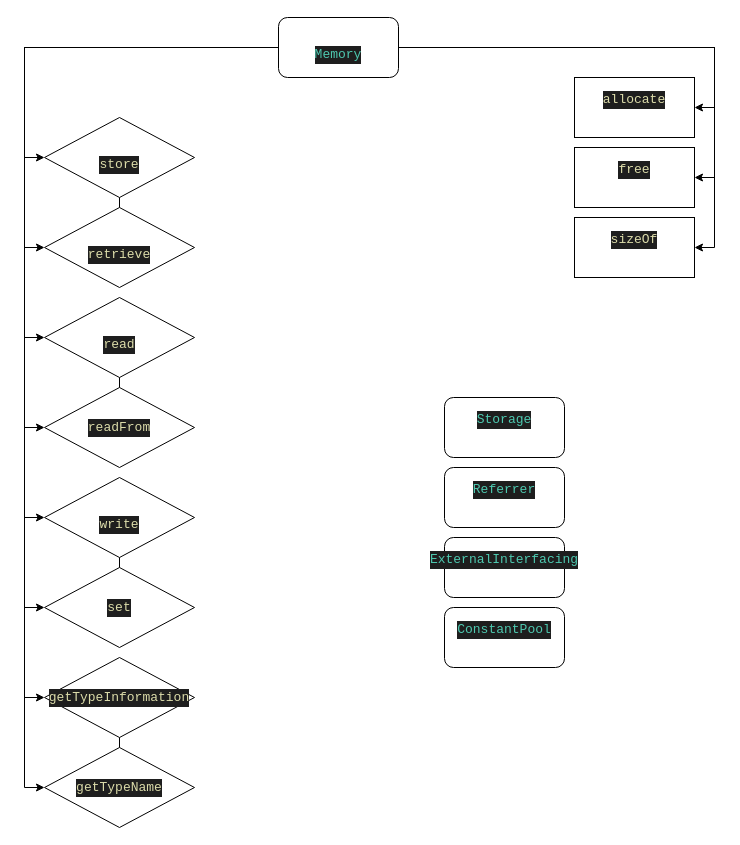
Above: Memory.drawio in ShaharMS/draw.io-projects (draw.io), before the change. Source tidied: cells renumbered, new cells numbered last; positions are measured from the earlier drawing's top-left corner, leaving out a move shared by most shapes. Both pictures are drawn from the tidied source at 100%, with x=0, y=0 at pixel (44, 17).
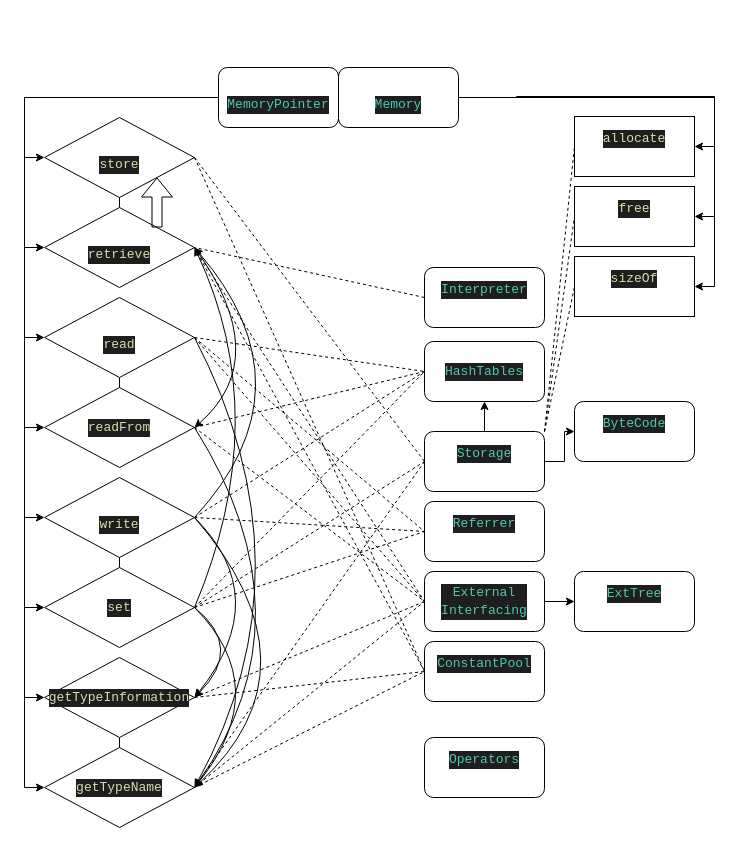
After the change.

Unchanged cells that the change refers to:
```xml
<mxCell id="14" value="&lt;br&gt;&lt;div style=&quot;color: #d4d4d4;background-color: #1e1e1e;font-family: 'Fira Code', Consolas, 'Courier New', monospace;font-weight: normal;font-size: 13px;line-height: 18px;white-space: pre;&quot;&gt;&lt;div&gt;&lt;span style=&quot;color: #dcdcaa;&quot;&gt;store&lt;/span&gt;&lt;/div&gt;&lt;/div&gt;" style="rhombus;whiteSpace=wrap;html=1;" parent="1" vertex="1">
  <mxGeometry y="100" width="150" height="80" as="geometry" />
</mxCell>
<mxCell id="15" value="&lt;br&gt;&lt;div style=&quot;color: #d4d4d4;background-color: #1e1e1e;font-family: 'Fira Code', Consolas, 'Courier New', monospace;font-weight: normal;font-size: 13px;line-height: 18px;white-space: pre;&quot;&gt;&lt;div&gt;&lt;span style=&quot;color: #dcdcaa;&quot;&gt;retrieve&lt;/span&gt;&lt;/div&gt;&lt;/div&gt;" style="rhombus;whiteSpace=wrap;html=1;" parent="1" vertex="1">
  <mxGeometry y="190" width="150" height="80" as="geometry" />
</mxCell>
<mxCell id="16" value="&lt;br&gt;&lt;div style=&quot;color: #d4d4d4;background-color: #1e1e1e;font-family: 'Fira Code', Consolas, 'Courier New', monospace;font-weight: normal;font-size: 13px;line-height: 18px;white-space: pre;&quot;&gt;&lt;div&gt;&lt;div style=&quot;color: #d4d4d4;background-color: #1e1e1e;font-family: 'Fira Code', Consolas, 'Courier New', monospace;font-weight: normal;font-size: 13px;line-height: 18px;white-space: pre;&quot;&gt;&lt;div&gt;&lt;span style=&quot;color: #dcdcaa;&quot;&gt;read&lt;/span&gt;&lt;/div&gt;&lt;/div&gt;&lt;/div&gt;&lt;/div&gt;" style="rhombus;whiteSpace=wrap;html=1;" parent="1" vertex="1">
  <mxGeometry y="280" width="150" height="80" as="geometry" />
</mxCell>
<mxCell id="17" value="&lt;br&gt;&lt;div style=&quot;color: #d4d4d4;background-color: #1e1e1e;font-family: 'Fira Code', Consolas, 'Courier New', monospace;font-weight: normal;font-size: 13px;line-height: 18px;white-space: pre;&quot;&gt;&lt;div&gt;&lt;div style=&quot;color: #d4d4d4;background-color: #1e1e1e;font-family: 'Fira Code', Consolas, 'Courier New', monospace;font-weight: normal;font-size: 13px;line-height: 18px;white-space: pre;&quot;&gt;&lt;div&gt;&lt;span style=&quot;color: #dcdcaa;&quot;&gt;write&lt;/span&gt;&lt;/div&gt;&lt;/div&gt;&lt;/div&gt;&lt;/div&gt;" style="rhombus;whiteSpace=wrap;html=1;" parent="1" vertex="1">
  <mxGeometry y="460" width="150" height="80" as="geometry" />
</mxCell>
<mxCell id="18" value="&lt;div style=&quot;color: #d4d4d4;background-color: #1e1e1e;font-family: 'Fira Code', Consolas, 'Courier New', monospace;font-weight: normal;font-size: 13px;line-height: 18px;white-space: pre;&quot;&gt;&lt;div&gt;&lt;span style=&quot;color: #dcdcaa;&quot;&gt;readFrom&lt;/span&gt;&lt;/div&gt;&lt;/div&gt;" style="rhombus;whiteSpace=wrap;html=1;" parent="1" vertex="1">
  <mxGeometry y="370" width="150" height="80" as="geometry" />
</mxCell>
<mxCell id="19" value="&lt;div style=&quot;color: #d4d4d4;background-color: #1e1e1e;font-family: 'Fira Code', Consolas, 'Courier New', monospace;font-weight: normal;font-size: 13px;line-height: 18px;white-space: pre;&quot;&gt;&lt;div&gt;&lt;span style=&quot;color: #dcdcaa;&quot;&gt;set&lt;/span&gt;&lt;/div&gt;&lt;/div&gt;" style="rhombus;whiteSpace=wrap;html=1;" parent="1" vertex="1">
  <mxGeometry y="550" width="150" height="80" as="geometry" />
</mxCell>
<mxCell id="26" value="&lt;div style=&quot;color: #d4d4d4;background-color: #1e1e1e;font-family: 'Fira Code', Consolas, 'Courier New', monospace;font-weight: normal;font-size: 13px;line-height: 18px;white-space: pre;&quot;&gt;&lt;div&gt;&lt;span style=&quot;color: #dcdcaa;&quot;&gt;getTypeInformation&lt;/span&gt;&lt;/div&gt;&lt;/div&gt;" style="rhombus;whiteSpace=wrap;html=1;" parent="1" vertex="1">
  <mxGeometry y="640" width="150" height="80" as="geometry" />
</mxCell>
<mxCell id="27" value="&lt;div style=&quot;color: #d4d4d4;background-color: #1e1e1e;font-family: 'Fira Code', Consolas, 'Courier New', monospace;font-weight: normal;font-size: 13px;line-height: 18px;white-space: pre;&quot;&gt;&lt;div&gt;&lt;span style=&quot;color: #dcdcaa;&quot;&gt;getTypeName&lt;/span&gt;&lt;/div&gt;&lt;/div&gt;" style="rhombus;whiteSpace=wrap;html=1;" parent="1" vertex="1">
  <mxGeometry y="730" width="150" height="80" as="geometry" />
</mxCell>
```

Diff of the diagram source:
```diff
@@
     <mxCell id="13" value="&lt;br&gt;&lt;div style=&quot;color: #d4d4d4;background-color: #1e1e1e;font-family: 'Fira Code', Consolas, 'Courier New', monospace;font-weight: normal;font-size: 13px;line-height: 18px;white-space: pre;&quot;&gt;&lt;div&gt;&lt;span style=&quot;color: #4ec9b0;&quot;&gt;Memory&lt;/span&gt;&lt;/div&gt;&lt;/div&gt;" style="rounded=1;whiteSpace=wrap;html=1;" parent="1" vertex="1">
-      <mxGeometry x="234" width="120" height="60" as="geometry" />
+      <mxGeometry x="294" y="50" width="120" height="60" as="geometry" />
     </mxCell>
@@
     <mxCell id="23" value="&#10;&lt;div style=&quot;color: #d4d4d4;background-color: #1e1e1e;font-family: 'Fira Code', Consolas, 'Courier New', monospace;font-weight: normal;font-size: 13px;line-height: 18px;white-space: pre;&quot;&gt;&lt;div&gt;&lt;span style=&quot;color: #dcdcaa;&quot;&gt;allocate&lt;/span&gt;&lt;/div&gt;&lt;/div&gt;&#10;&#10;" style="rounded=0;whiteSpace=wrap;html=1;" parent="1" vertex="1">
-      <mxGeometry x="530" y="60" width="120" height="60" as="geometry" />
+      <mxGeometry x="530" y="99" width="120" height="60" as="geometry" />
     </mxCell>
     <mxCell id="24" value="&#10;&lt;div style=&quot;color: #d4d4d4;background-color: #1e1e1e;font-family: 'Fira Code', Consolas, 'Courier New', monospace;font-weight: normal;font-size: 13px;line-height: 18px;white-space: pre;&quot;&gt;&lt;div&gt;&lt;span style=&quot;color: #dcdcaa;&quot;&gt;free&lt;/span&gt;&lt;/div&gt;&lt;/div&gt;&#10;&#10;" style="rounded=0;whiteSpace=wrap;html=1;" parent="1" vertex="1">
-      <mxGeometry x="530" y="130" width="120" height="60" as="geometry" />
+      <mxGeometry x="530" y="169" width="120" height="60" as="geometry" />
     </mxCell>
     <mxCell id="25" value="&#10;&lt;div style=&quot;color: #d4d4d4;background-color: #1e1e1e;font-family: 'Fira Code', Consolas, 'Courier New', monospace;font-weight: normal;font-size: 13px;line-height: 18px;white-space: pre;&quot;&gt;&lt;div&gt;&lt;span style=&quot;color: #dcdcaa;&quot;&gt;sizeOf&lt;/span&gt;&lt;/div&gt;&lt;/div&gt;&#10;&#10;" style="rounded=0;whiteSpace=wrap;html=1;" parent="1" vertex="1">
-      <mxGeometry x="530" y="200" width="120" height="60" as="geometry" />
+      <mxGeometry x="530" y="239" width="120" height="60" as="geometry" />
     </mxCell>
@@
+    <mxCell id="33" style="edgeStyle=orthogonalEdgeStyle;rounded=0;jettySize=auto;html=1;entryX=0;entryY=0.5;entryDx=0;entryDy=0;" parent="1" edge="1" source="29" target="39">
+      <mxGeometry relative="1" as="geometry" />
+    </mxCell>
+    <mxCell id="34" style="edgeStyle=orthogonalEdgeStyle;rounded=0;jettySize=auto;html=1;" parent="1" edge="1" source="29" target="40">
+      <mxGeometry relative="1" as="geometry" />
+    </mxCell>
     <mxCell id="29" value="&#10;&lt;div style=&quot;color: #d4d4d4;background-color: #1e1e1e;font-family: 'Fira Code', Consolas, 'Courier New', monospace;font-weight: normal;font-size: 13px;line-height: 18px;white-space: pre;&quot;&gt;&lt;div&gt;&lt;span style=&quot;color: #4ec9b0;&quot;&gt;Storage&lt;/span&gt;&lt;/div&gt;&lt;/div&gt;&#10;&#10;" style="rounded=1;whiteSpace=wrap;html=1;" parent="1" vertex="1">
-      <mxGeometry x="400" y="380" width="120" height="60" as="geometry" />
+      <mxGeometry x="380" y="414" width="120" height="60" as="geometry" />
     </mxCell>
     <mxCell id="30" value="&#10;&lt;div style=&quot;color: #d4d4d4;background-color: #1e1e1e;font-family: 'Fira Code', Consolas, 'Courier New', monospace;font-weight: normal;font-size: 13px;line-height: 18px;white-space: pre;&quot;&gt;&lt;div&gt;&lt;span style=&quot;color: #4ec9b0;&quot;&gt;Referrer&lt;/span&gt;&lt;/div&gt;&lt;/div&gt;&#10;&#10;" style="rounded=1;whiteSpace=wrap;html=1;" parent="1" vertex="1">
-      <mxGeometry x="400" y="450" width="120" height="60" as="geometry" />
+      <mxGeometry x="380" y="484" width="120" height="60" as="geometry" />
     </mxCell>
-    <mxCell id="31" value="&#10;&lt;div style=&quot;color: #d4d4d4;background-color: #1e1e1e;font-family: 'Fira Code', Consolas, 'Courier New', monospace;font-weight: normal;font-size: 13px;line-height: 18px;white-space: pre;&quot;&gt;&lt;div&gt;&lt;span style=&quot;color: #4ec9b0;&quot;&gt;ExternalInterfacing&lt;/span&gt;&lt;/div&gt;&lt;/div&gt;&#10;&#10;" style="rounded=1;whiteSpace=wrap;html=1;" parent="1" vertex="1">
-      <mxGeometry x="400" y="520" width="120" height="60" as="geometry" />
+    <mxCell id="31" value="&#10;&lt;div style=&quot;color: #d4d4d4;background-color: #1e1e1e;font-family: 'Fira Code', Consolas, 'Courier New', monospace;font-weight: normal;font-size: 13px;line-height: 18px;white-space: pre;&quot;&gt;&lt;div&gt;&lt;span style=&quot;color: #4ec9b0;&quot;&gt;ExtTree&lt;/span&gt;&lt;/div&gt;&lt;/div&gt;&#10;&#10;" style="rounded=1;whiteSpace=wrap;html=1;" parent="1" vertex="1">
+      <mxGeometry x="530" y="554" width="120" height="60" as="geometry" />
     </mxCell>
     <mxCell id="32" value="&#10;&lt;div style=&quot;color: #d4d4d4;background-color: #1e1e1e;font-family: 'Fira Code', Consolas, 'Courier New', monospace;font-weight: normal;font-size: 13px;line-height: 18px;white-space: pre;&quot;&gt;&lt;div&gt;&lt;span style=&quot;color: #4ec9b0;&quot;&gt;ConstantPool&lt;/span&gt;&lt;/div&gt;&lt;/div&gt;&#10;&#10;" style="rounded=1;whiteSpace=wrap;html=1;" parent="1" vertex="1">
-      <mxGeometry x="400" y="590" width="120" height="60" as="geometry" />
+      <mxGeometry x="380" y="624" width="120" height="60" as="geometry" />
     </mxCell>
+    <mxCell id="35" value="&#10;&lt;div style=&quot;color: #d4d4d4;background-color: #1e1e1e;font-family: 'Fira Code', Consolas, 'Courier New', monospace;font-weight: normal;font-size: 13px;line-height: 18px;white-space: pre;&quot;&gt;&lt;div&gt;&lt;span style=&quot;color: #4ec9b0;&quot;&gt;Operators&lt;/span&gt;&lt;/div&gt;&lt;/div&gt;&#10;&#10;" style="rounded=1;whiteSpace=wrap;html=1;" parent="1" vertex="1">
+      <mxGeometry x="380" y="720" width="120" height="60" as="geometry" />
+    </mxCell>
+    <mxCell id="36" style="curved=1;endArrow=classic;html=1;rounded=0;exitX=1;exitY=0.5;exitDx=0;exitDy=0;entryX=1;entryY=0.5;entryDx=0;entryDy=0;" parent="1" edge="1" source="19" target="26">
+      <mxGeometry relative="1" as="geometry">
+        <Array as="points">
+          <mxPoint x="200" y="630" />
+        </Array>
+      </mxGeometry>
+    </mxCell>
+    <mxCell id="37" style="curved=1;endArrow=classic;html=1;rounded=0;entryX=1;entryY=0.5;entryDx=0;entryDy=0;" parent="1" edge="1" target="27">
+      <mxGeometry relative="1" as="geometry">
+        <mxPoint x="150" y="590" as="sourcePoint" />
+        <Array as="points">
+          <mxPoint x="230" y="670" />
+        </Array>
+      </mxGeometry>
+    </mxCell>
+    <mxCell id="38" style="curved=1;endArrow=classic;html=1;rounded=0;exitX=1;exitY=0.5;exitDx=0;exitDy=0;entryX=1;entryY=0.5;entryDx=0;entryDy=0;" parent="1" edge="1" source="19" target="15">
+      <mxGeometry relative="1" as="geometry">
+        <Array as="points">
+          <mxPoint x="230" y="400" />
+        </Array>
+      </mxGeometry>
+    </mxCell>
+    <mxCell id="39" value="&#10;&lt;div style=&quot;color: #d4d4d4;background-color: #1e1e1e;font-family: 'Fira Code', Consolas, 'Courier New', monospace;font-weight: normal;font-size: 13px;line-height: 18px;white-space: pre;&quot;&gt;&lt;div&gt;&lt;span style=&quot;color: #4ec9b0;&quot;&gt;ByteCode&lt;/span&gt;&lt;/div&gt;&lt;/div&gt;&#10;&#10;" style="rounded=1;whiteSpace=wrap;html=1;" parent="1" vertex="1">
+      <mxGeometry x="530" y="384" width="120" height="60" as="geometry" />
+    </mxCell>
+    <mxCell id="40" value="&lt;div style=&quot;color: #d4d4d4;background-color: #1e1e1e;font-family: 'Fira Code', Consolas, 'Courier New', monospace;font-weight: normal;font-size: 13px;line-height: 18px;white-space: pre;&quot;&gt;&lt;div&gt;&lt;span style=&quot;color: #4ec9b0;&quot;&gt;HashTables&lt;/span&gt;&lt;/div&gt;&lt;/div&gt;" style="rounded=1;whiteSpace=wrap;html=1;" parent="1" vertex="1">
+      <mxGeometry x="380" y="324" width="120" height="60" as="geometry" />
+    </mxCell>
+    <mxCell id="41" style="edgeStyle=orthogonalEdgeStyle;rounded=0;jettySize=auto;html=1;" parent="1" edge="1" source="42" target="31">
+      <mxGeometry relative="1" as="geometry" />
+    </mxCell>
+    <mxCell id="42" value="&lt;br&gt;&lt;div style=&quot;color: #d4d4d4;background-color: #1e1e1e;font-family: 'Fira Code', Consolas, 'Courier New', monospace;font-weight: normal;font-size: 13px;line-height: 18px;white-space: pre;&quot;&gt;&lt;div&gt;&lt;span style=&quot;color: #4ec9b0;&quot;&gt;External&lt;/span&gt;&lt;/div&gt;&lt;div&gt;&lt;span style=&quot;color: #4ec9b0;&quot;&gt;Interfacing&lt;/span&gt;&lt;/div&gt;&lt;/div&gt;&lt;div&gt;&lt;br/&gt;&lt;/div&gt;" style="rounded=1;whiteSpace=wrap;html=1;" parent="1" vertex="1">
+      <mxGeometry x="380" y="554" width="120" height="60" as="geometry" />
+    </mxCell>
+    <mxCell id="43" style="endArrow=none;dashed=1;html=1;rounded=0;exitX=1;exitY=0.5;exitDx=0;exitDy=0;entryX=0;entryY=0.5;entryDx=0;entryDy=0;" parent="1" edge="1" source="17" target="40">
+      <mxGeometry relative="1" as="geometry" />
+    </mxCell>
+    <mxCell id="44" style="endArrow=none;dashed=1;html=1;rounded=0;exitX=1;exitY=0.5;exitDx=0;exitDy=0;entryX=0;entryY=0.5;entryDx=0;entryDy=0;" parent="1" edge="1" source="19" target="30">
+      <mxGeometry relative="1" as="geometry" />
+    </mxCell>
+    <mxCell id="45" style="endArrow=none;dashed=1;html=1;rounded=0;exitX=1;exitY=0.5;exitDx=0;exitDy=0;entryX=0;entryY=0.5;entryDx=0;entryDy=0;" parent="1" edge="1" source="19" target="29">
+      <mxGeometry relative="1" as="geometry" />
+    </mxCell>
+    <mxCell id="46" style="endArrow=none;dashed=1;html=1;rounded=0;exitX=1;exitY=0.5;exitDx=0;exitDy=0;entryX=0;entryY=0.5;entryDx=0;entryDy=0;" parent="1" edge="1" source="19" target="40">
+      <mxGeometry relative="1" as="geometry" />
+    </mxCell>
+    <mxCell id="47" style="endArrow=none;dashed=1;html=1;rounded=0;entryX=0;entryY=0.5;entryDx=0;entryDy=0;exitX=1;exitY=0;exitDx=0;exitDy=0;" parent="1" edge="1" source="29" target="23">
+      <mxGeometry relative="1" as="geometry" />
+    </mxCell>
+    <mxCell id="48" style="endArrow=none;dashed=1;html=1;rounded=0;exitX=1;exitY=0.5;exitDx=0;exitDy=0;entryX=0;entryY=0.5;entryDx=0;entryDy=0;" parent="1" edge="1" source="26" target="32">
+      <mxGeometry relative="1" as="geometry" />
+    </mxCell>
+    <mxCell id="49" style="endArrow=none;dashed=1;html=1;rounded=0;exitX=1;exitY=0.5;exitDx=0;exitDy=0;entryX=0;entryY=0.5;entryDx=0;entryDy=0;" parent="1" edge="1" source="17" target="30">
+      <mxGeometry relative="1" as="geometry" />
+    </mxCell>
+    <mxCell id="50" style="curved=1;endArrow=classic;html=1;rounded=0;exitX=1;exitY=0.5;exitDx=0;exitDy=0;entryX=1;entryY=0.5;entryDx=0;entryDy=0;" parent="1" edge="1" source="16" target="27">
+      <mxGeometry relative="1" as="geometry">
+        <Array as="points">
+          <mxPoint x="270" y="550" />
+        </Array>
+      </mxGeometry>
+    </mxCell>
+    <mxCell id="51" style="curved=1;endArrow=classic;html=1;rounded=0;exitX=1;exitY=0.5;exitDx=0;exitDy=0;entryX=1;entryY=0.5;entryDx=0;entryDy=0;" parent="1" edge="1" source="18" target="27">
+      <mxGeometry relative="1" as="geometry">
+        <Array as="points">
+          <mxPoint x="270" y="600" />
+        </Array>
+      </mxGeometry>
+    </mxCell>
+    <mxCell id="52" style="curved=1;endArrow=classic;html=1;rounded=0;exitX=1;exitY=0.5;exitDx=0;exitDy=0;entryX=1;entryY=0.5;entryDx=0;entryDy=0;" parent="1" edge="1" source="17" target="27">
+      <mxGeometry relative="1" as="geometry">
+        <Array as="points">
+          <mxPoint x="280" y="650" />
+        </Array>
+      </mxGeometry>
+    </mxCell>
+    <mxCell id="53" style="curved=1;endArrow=classic;html=1;rounded=0;exitX=1;exitY=0.5;exitDx=0;exitDy=0;entryX=1;entryY=0.5;entryDx=0;entryDy=0;" parent="1" edge="1" source="17" target="15">
+      <mxGeometry relative="1" as="geometry">
+        <Array as="points">
+          <mxPoint x="270" y="370" />
+        </Array>
+      </mxGeometry>
+    </mxCell>
+    <mxCell id="54" style="curved=1;endArrow=classic;html=1;rounded=0;exitX=1;exitY=0.5;exitDx=0;exitDy=0;entryX=1;entryY=0.5;entryDx=0;entryDy=0;" parent="1" edge="1" source="17" target="26">
+      <mxGeometry relative="1" as="geometry">
+        <Array as="points">
+          <mxPoint x="230" y="580" />
+        </Array>
+      </mxGeometry>
+    </mxCell>
+    <mxCell id="55" style="endArrow=none;dashed=1;html=1;rounded=0;exitX=1;exitY=0;exitDx=0;exitDy=0;entryX=0;entryY=0.5;entryDx=0;entryDy=0;" parent="1" edge="1" source="29" target="24">
+      <mxGeometry relative="1" as="geometry" />
+    </mxCell>
+    <mxCell id="56" style="endArrow=none;dashed=1;html=1;rounded=0;exitX=1;exitY=0;exitDx=0;exitDy=0;entryX=0;entryY=0.5;entryDx=0;entryDy=0;" parent="1" edge="1" source="29" target="25">
+      <mxGeometry relative="1" as="geometry" />
+    </mxCell>
+    <mxCell id="57" style="endArrow=none;dashed=1;html=1;rounded=0;exitX=1;exitY=0.5;exitDx=0;exitDy=0;entryX=0;entryY=0.5;entryDx=0;entryDy=0;" parent="1" edge="1" source="27" target="29">
+      <mxGeometry relative="1" as="geometry" />
+    </mxCell>
+    <mxCell id="58" style="endArrow=none;dashed=1;html=1;rounded=0;exitX=1;exitY=0.5;exitDx=0;exitDy=0;entryX=0;entryY=0.5;entryDx=0;entryDy=0;" parent="1" edge="1" source="27" target="42">
+      <mxGeometry relative="1" as="geometry" />
+    </mxCell>
+    <mxCell id="59" style="endArrow=none;dashed=1;html=1;rounded=0;exitX=1;exitY=0.5;exitDx=0;exitDy=0;entryX=0;entryY=0.5;entryDx=0;entryDy=0;" parent="1" edge="1" source="26" target="42">
+      <mxGeometry relative="1" as="geometry" />
+    </mxCell>
+    <mxCell id="60" style="endArrow=none;dashed=1;html=1;rounded=0;exitX=1;exitY=0.5;exitDx=0;exitDy=0;entryX=0;entryY=0.5;entryDx=0;entryDy=0;" parent="1" edge="1" source="27" target="32">
+      <mxGeometry relative="1" as="geometry" />
+    </mxCell>
+    <mxCell id="61" style="endArrow=none;dashed=1;html=1;rounded=0;exitX=1;exitY=0.5;exitDx=0;exitDy=0;entryX=0;entryY=0.5;entryDx=0;entryDy=0;" parent="1" edge="1" source="18" target="40">
+      <mxGeometry relative="1" as="geometry" />
+    </mxCell>
+    <mxCell id="62" style="endArrow=none;dashed=1;html=1;rounded=0;exitX=1;exitY=0.5;exitDx=0;exitDy=0;entryX=0;entryY=0.5;entryDx=0;entryDy=0;" parent="1" edge="1" source="18" target="42">
+      <mxGeometry relative="1" as="geometry" />
+    </mxCell>
+    <mxCell id="63" style="curved=1;endArrow=classic;html=1;rounded=0;exitX=1;exitY=0.5;exitDx=0;exitDy=0;entryX=1;entryY=0.5;entryDx=0;entryDy=0;" parent="1" edge="1" source="15" target="18">
+      <mxGeometry relative="1" as="geometry">
+        <Array as="points">
+          <mxPoint x="230" y="340" />
+        </Array>
+      </mxGeometry>
+    </mxCell>
+    <mxCell id="64" style="endArrow=none;dashed=1;html=1;rounded=0;exitX=1;exitY=0.5;exitDx=0;exitDy=0;entryX=0;entryY=0.5;entryDx=0;entryDy=0;" parent="1" edge="1" source="16" target="40">
+      <mxGeometry relative="1" as="geometry" />
+    </mxCell>
+    <mxCell id="65" style="endArrow=none;dashed=1;html=1;rounded=0;exitX=1;exitY=0.5;exitDx=0;exitDy=0;entryX=0;entryY=0.5;entryDx=0;entryDy=0;" parent="1" edge="1" source="16" target="30">
+      <mxGeometry relative="1" as="geometry" />
+    </mxCell>
+    <mxCell id="66" style="endArrow=none;dashed=1;html=1;rounded=0;exitX=1;exitY=0.5;exitDx=0;exitDy=0;entryX=0;entryY=0.5;entryDx=0;entryDy=0;" parent="1" edge="1" source="16" target="42">
+      <mxGeometry relative="1" as="geometry" />
+    </mxCell>
+    <mxCell id="67" style="endArrow=none;dashed=1;html=1;rounded=0;exitX=1;exitY=0.5;exitDx=0;exitDy=0;entryX=0;entryY=0.5;entryDx=0;entryDy=0;" parent="1" edge="1" source="14" target="29">
+      <mxGeometry relative="1" as="geometry" />
+    </mxCell>
+    <mxCell id="68" style="endArrow=none;dashed=1;html=1;rounded=0;exitX=1;exitY=0.5;exitDx=0;exitDy=0;entryX=0;entryY=0.5;entryDx=0;entryDy=0;" parent="1" edge="1" source="15" target="42">
+      <mxGeometry relative="1" as="geometry" />
+    </mxCell>
+    <mxCell id="69" style="shape=flexArrow;endArrow=classic;html=1;rounded=0;exitX=1;exitY=0;exitDx=0;exitDy=0;entryX=1;entryY=1;entryDx=0;entryDy=0;" parent="1" edge="1" source="15" target="14">
+      <mxGeometry relative="1" as="geometry" />
+    </mxCell>
+    <mxCell id="70" style="endArrow=none;dashed=1;html=1;rounded=0;exitX=1;exitY=0.5;exitDx=0;exitDy=0;entryX=0;entryY=0.5;entryDx=0;entryDy=0;" parent="1" edge="1" source="14" target="32">
+      <mxGeometry relative="1" as="geometry" />
+    </mxCell>
+    <mxCell id="71" style="endArrow=none;dashed=1;html=1;rounded=0;exitX=1;exitY=0.5;exitDx=0;exitDy=0;entryX=0;entryY=0.5;entryDx=0;entryDy=0;" parent="1" edge="1" source="15" target="32">
+      <mxGeometry relative="1" as="geometry" />
+    </mxCell>
+    <mxCell id="72" value="&#10;&lt;div style=&quot;color: #d4d4d4;background-color: #1e1e1e;font-family: 'Fira Code', Consolas, 'Courier New', monospace;font-weight: normal;font-size: 13px;line-height: 18px;white-space: pre;&quot;&gt;&lt;div&gt;&lt;span style=&quot;color: #4ec9b0;&quot;&gt;Interpreter&lt;/span&gt;&lt;/div&gt;&lt;/div&gt;&#10;&#10;" style="rounded=1;whiteSpace=wrap;html=1;" parent="1" vertex="1">
+      <mxGeometry x="380" y="250" width="120" height="60" as="geometry" />
+    </mxCell>
+    <mxCell id="73" value="&lt;br&gt;&lt;div style=&quot;color: #d4d4d4;background-color: #1e1e1e;font-family: 'Fira Code', Consolas, 'Courier New', monospace;font-weight: normal;font-size: 13px;line-height: 18px;white-space: pre;&quot;&gt;&lt;div&gt;&lt;div style=&quot;color: #d4d4d4;background-color: #1e1e1e;font-family: 'Fira Code', Consolas, 'Courier New', monospace;font-weight: normal;font-size: 13px;line-height: 18px;white-space: pre;&quot;&gt;&lt;div&gt;&lt;span style=&quot;color: #4ec9b0;&quot;&gt;MemoryPointer&lt;/span&gt;&lt;/div&gt;&lt;/div&gt;&lt;/div&gt;&lt;/div&gt;" style="rounded=1;whiteSpace=wrap;html=1;" parent="1" vertex="1">
+      <mxGeometry x="174" y="50" width="120" height="60" as="geometry" />
+    </mxCell>
+    <mxCell id="74" style="endArrow=none;dashed=1;html=1;rounded=0;entryX=1;entryY=0.5;entryDx=0;entryDy=0;exitX=0;exitY=0.5;exitDx=0;exitDy=0;" parent="1" edge="1" source="72" target="15">
+      <mxGeometry relative="1" as="geometry" />
+    </mxCell>
```
